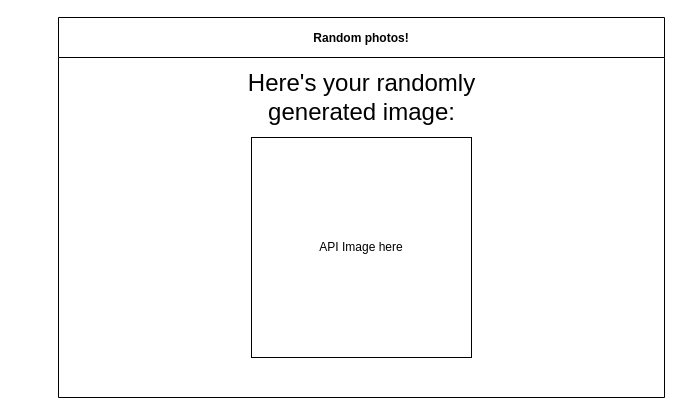
Earlier version of the draw.io diagram design/storyboard.drawio (MTHS-ICS2O-2-2022/ICS2O-Assignment-06-Yuri-Gabutero24). Source tidied: cells renumbered, new cells numbered last; positions are measured from the earlier drawing's top-left corner, leaving out a move shared by most shapes. Both pictures are drawn from the tidied source at 100%, with x=0, y=0 at pixel (58, 17).
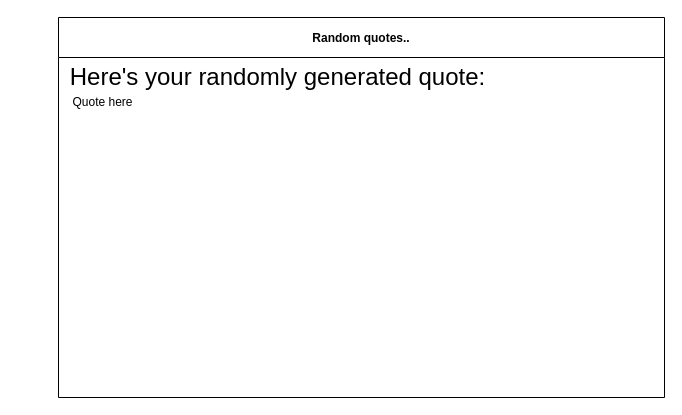
After the change.

Diff of the diagram source:
```diff
@@
 <mxGraphModel>
   <root>
     <mxCell id="0" />
     <mxCell id="1" parent="0" />
-    <mxCell id="2" value="Random photos!" style="swimlane;startSize=40;" parent="1" vertex="1">
+    <mxCell id="2" value="Random quotes.." style="swimlane;startSize=40;" parent="1" vertex="1">
       <mxGeometry width="606" height="380" as="geometry" />
     </mxCell>
-    <mxCell id="3" value="API Image here" style="whiteSpace=wrap;html=1;" parent="2" vertex="1">
-      <mxGeometry x="193" y="120" width="220" height="220" as="geometry" />
-    </mxCell>
-    <mxCell id="4" value="&lt;font style=&quot;font-size: 24px;&quot;&gt;Here's your randomly generated image:&lt;/font&gt;" style="text;html=1;strokeColor=none;fillColor=none;align=center;verticalAlign=middle;whiteSpace=wrap;rounded=0;" parent="2" vertex="1">
-      <mxGeometry x="169.5" y="40" width="267" height="80" as="geometry" />
+    <mxCell id="4" value="&lt;font style=&quot;font-size: 24px;&quot;&gt;Here's your randomly generated quote:&lt;/font&gt;" style="text;html=1;strokeColor=none;fillColor=none;align=center;verticalAlign=middle;whiteSpace=wrap;rounded=0;" parent="2" vertex="1">
+      <mxGeometry x="-41" y="20" width="521" height="80" as="geometry" />
     </mxCell>
+    <mxCell id="5" value="Quote here" style="text;html=1;strokeColor=none;fillColor=none;align=center;verticalAlign=middle;whiteSpace=wrap;rounded=0;" parent="2" vertex="1">
+      <mxGeometry x="-11" y="70" width="111" height="30" as="geometry" />
+    </mxCell>
   </root>
 </mxGraphModel>
```
